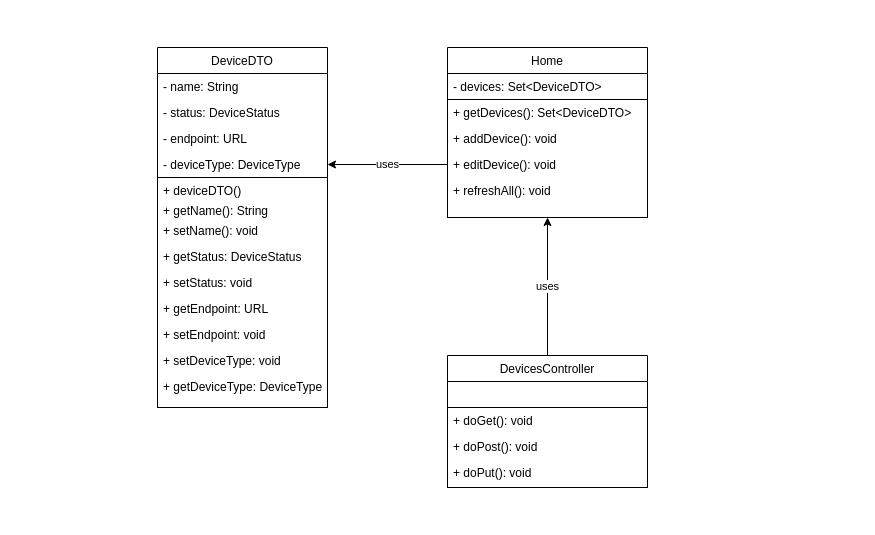
Before: docs/patterns/DataTransferObject.drawio in jfgcf/ads_houseofthings, a draw.io diagram. Source tidied: cells renumbered, new cells numbered last; positions are measured from the earlier drawing's top-left corner, leaving out a move shared by most shapes. Both pictures are drawn from the tidied source at 100%, with x=0, y=0 at pixel (157, 47).
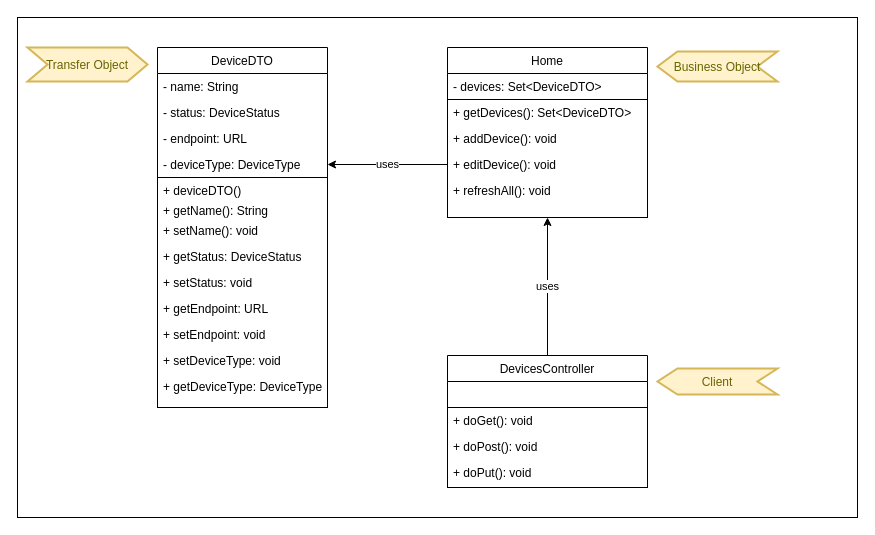
After the change.

Diff of the diagram source:
```diff
@@
+    <mxCell id="31" style="rounded=0;whiteSpace=wrap;html=1;" parent="1" vertex="1">
+      <mxGeometry x="-140" y="-30" width="840" height="500" as="geometry" />
+    </mxCell>
@@
+    <mxCell id="32" value="&lt;font style=&quot;font-size: 12px&quot;&gt;Business Object&lt;/font&gt;" style="shape=step;perimeter=stepPerimeter;whiteSpace=wrap;html=1;fixedSize=1;fontSize=14;fontColor=#666600;strokeColor=#d6b656;strokeWidth=2;fillColor=#fff2cc;direction=west;" parent="1" vertex="1">
+      <mxGeometry x="500" y="4" width="120" height="30" as="geometry" />
+    </mxCell>
+    <mxCell id="33" value="&lt;font style=&quot;font-size: 12px&quot;&gt;Transfer Object&lt;/font&gt;" style="shape=step;perimeter=stepPerimeter;whiteSpace=wrap;html=1;fixedSize=1;fontSize=14;fontColor=#666600;strokeColor=#d6b656;strokeWidth=2;fillColor=#fff2cc;direction=east;" parent="1" vertex="1">
+      <mxGeometry x="-130" width="120" height="34" as="geometry" />
+    </mxCell>
+    <mxCell id="34" value="&lt;font style=&quot;font-size: 12px&quot;&gt;Client&lt;/font&gt;" style="shape=step;perimeter=stepPerimeter;whiteSpace=wrap;html=1;fixedSize=1;fontSize=14;fontColor=#666600;strokeColor=#d6b656;strokeWidth=2;fillColor=#fff2cc;direction=west;" parent="1" vertex="1">
+      <mxGeometry x="500" y="321" width="120" height="26" as="geometry" />
+    </mxCell>
```
